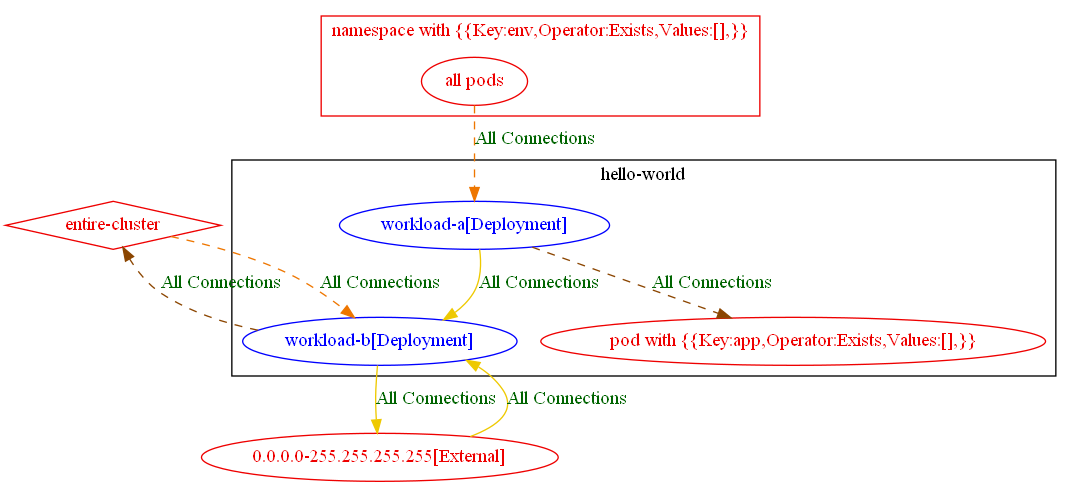
Above: test_outputs/connlist/exposure_test_with_match_expression_exists_op_exposure_output.dot.png in np-guard/netpol-analyzer (Graphviz), before the change. Its source is kept beside it as test_outputs/connlist/exposure_test_with_match_expression_exists_op_exposure_output.dot.
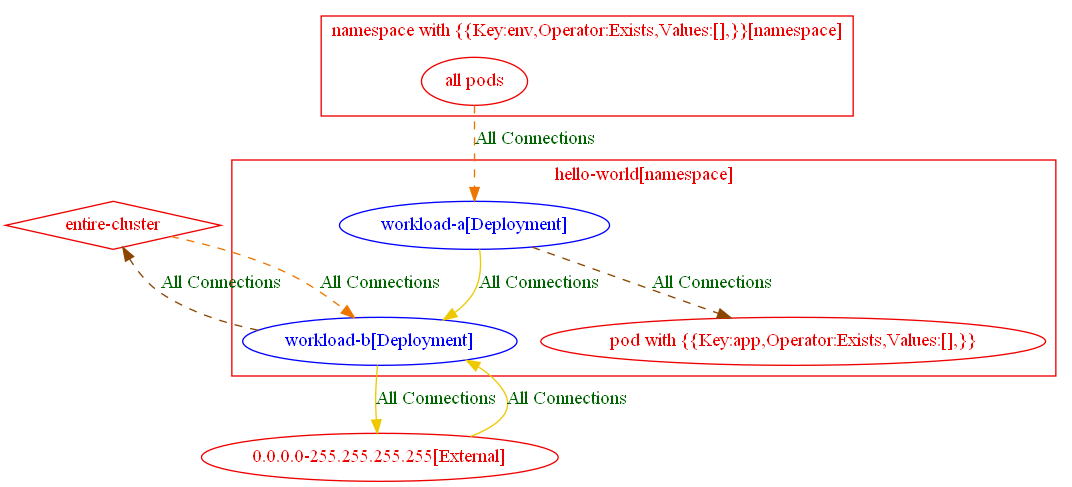
After the commit.

Diff of the diagram source:
```diff
@@ -1,17 +1,22 @@
 digraph {
-	subgraph "cluster_hello_world" {
+	subgraph "cluster_hello_world[namespace]" {
 		color="black"
 		fontcolor="black"
 		"hello-world/workload-a[Deployment]" [label="workload-a[Deployment]" color="blue" fontcolor="blue"]
 		"hello-world/workload-b[Deployment]" [label="workload-b[Deployment]" color="blue" fontcolor="blue"]
+		label="hello-world[namespace]"
+	}
+	subgraph "cluster_hello_world[namespace]" {
+		color="red2"
+		fontcolor="red2"
 		"pod with {{Key:app,Operator:Exists,Values:[],}}_in_hello-world" [label="pod with {{Key:app,Operator:Exists,Values:[],}}" color="red2" fontcolor="red2"]
-		label="hello-world"
+		label="hello-world[namespace]"
 	}
-	subgraph "cluster_namespace with {{Key:env,Operator:Exists,Values:[],}}" {
+	subgraph "cluster_namespace with {{Key:env,Operator:Exists,Values:[],}}[namespace]" {
 		color="red2"
 		fontcolor="red2"
 		"all pods_in_namespace with {{Key:env,Operator:Exists,Values:[],}}" [label="all pods" color="red2" fontcolor="red2"]
-		label="namespace with {{Key:env,Operator:Exists,Values:[],}}"
+		label="namespace with {{Key:env,Operator:Exists,Values:[],}}[namespace]"
 	}
 	"0.0.0.0-255.255.255.255[External]" [label="0.0.0.0-255.255.255.255[External]" color="red2" fontcolor="red2"]
 	"entire-cluster" [label="entire-cluster" color="red2" fontcolor="red2" shape=diamond]
```
